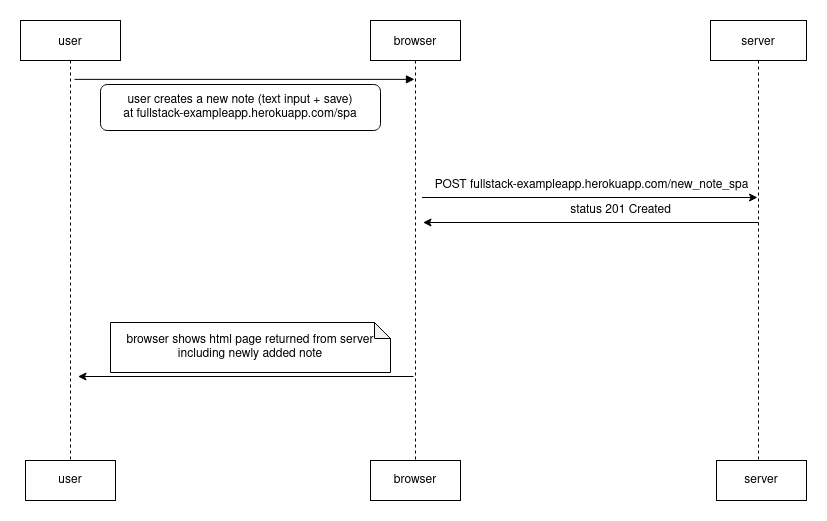
The draw.io diagram part0/0-5_new_note_spa.png in saugkim/utu_2022spring, before a commit. Source tidied: cells renumbered, new cells last; positions are measured from the earlier drawing's top-left corner, leaving out a move shared by most shapes.
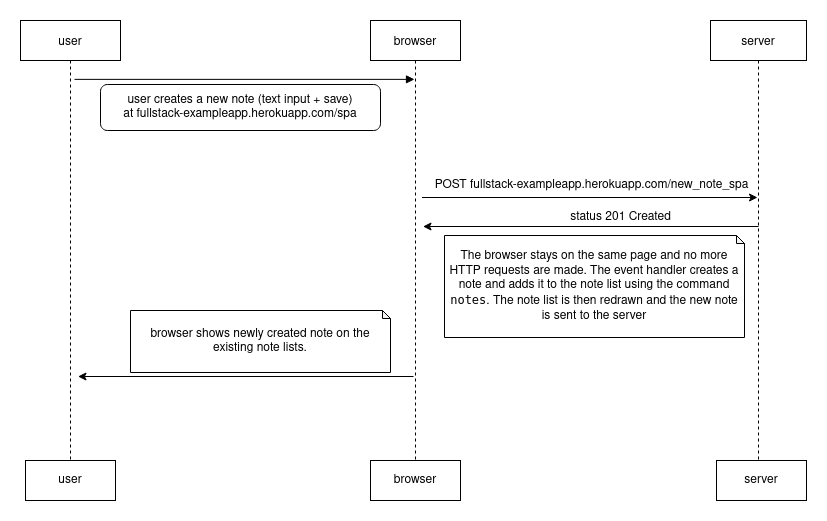
The same file after the commit.

Commit message:
update new note spa diagram

What changed in the source:
```diff
@@ -26,8 +26,8 @@
         <mxPoint x="57.5" y="356" as="targetPoint" />
       </mxGeometry>
     </mxCell>
-    <mxCell id="8" value="&lt;div&gt;browser shows html page returned from server&lt;/div&gt;&lt;div&gt;including newly added note&lt;br&gt; &lt;/div&gt;" style="shape=note;whiteSpace=wrap;html=1;backgroundOutline=1;darkOpacity=0.05;size=16;" parent="1" vertex="1">
-      <mxGeometry x="90" y="302" width="280" height="50" as="geometry" />
+    <mxCell id="8" value="browser shows newly created note on the existing note lists." style="shape=note;whiteSpace=wrap;html=1;backgroundOutline=1;darkOpacity=0.05;size=8;" parent="1" vertex="1">
+      <mxGeometry x="110" y="290" width="260" height="62" as="geometry" />
     </mxCell>
     <mxCell id="9" value="user" style="rounded=0;whiteSpace=wrap;html=1;" parent="1" vertex="1">
       <mxGeometry x="5" y="440" width="90" height="40" as="geometry" />
@@ -48,13 +48,16 @@
       </mxGeometry>
     </mxCell>
     <mxCell id="14" value="status 201 Created" style="text;html=1;align=center;verticalAlign=middle;fillColor=none;strokeColor=none;rounded=0;" parent="1" vertex="1">
-      <mxGeometry x="540" y="180" width="120" height="20" as="geometry" />
+      <mxGeometry x="540" y="187" width="120" height="20" as="geometry" />
     </mxCell>
     <mxCell id="15" style="edgeStyle=orthogonalEdgeStyle;rounded=0;orthogonalLoop=1;jettySize=auto;html=1;entryX=0.5;entryY=0.55;entryDx=0;entryDy=0;entryPerimeter=0;" parent="1" edge="1">
       <mxGeometry relative="1" as="geometry">
-        <mxPoint x="738" y="202" as="sourcePoint" />
-        <mxPoint x="402.5" y="202" as="targetPoint" />
+        <mxPoint x="738" y="206" as="sourcePoint" />
+        <mxPoint x="402.5" y="206" as="targetPoint" />
       </mxGeometry>
     </mxCell>
+    <mxCell id="16" value="&lt;div&gt; The browser stays on the same page and no more HTTP requests are made. The event handler creates a note and adds it to the note list using the command &lt;code class=&quot;highlighter-rouge&quot;&gt;notes&lt;/code&gt;. The note list is then redrawn and the new note is sent to the server&lt;br&gt; &lt;/div&gt;" style="shape=note;whiteSpace=wrap;html=1;backgroundOutline=1;darkOpacity=0.05;size=8;" parent="1" vertex="1">
+      <mxGeometry x="424" y="215" width="300" height="102" as="geometry" />
+    </mxCell>
   </root>
 </mxGraphModel>
```
